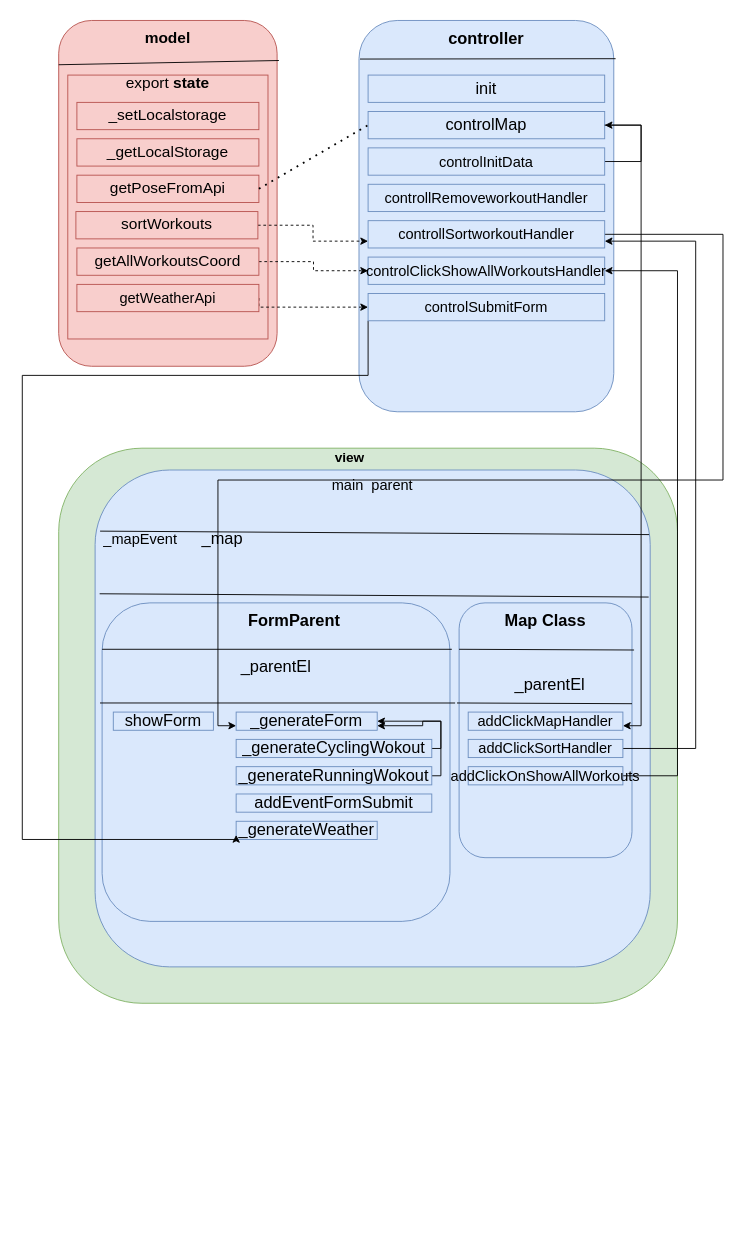
behnamrhp/mapr keeps this draw.io diagram as architecture.drawio. Above is the earlier version. Source tidied: cells renumbered, new cells numbered last; positions are measured from the earlier drawing's top-left corner, leaving out a move shared by most shapes. Both pictures are drawn from the tidied source at 91%, with x=0, y=0 at pixel (22, 20).
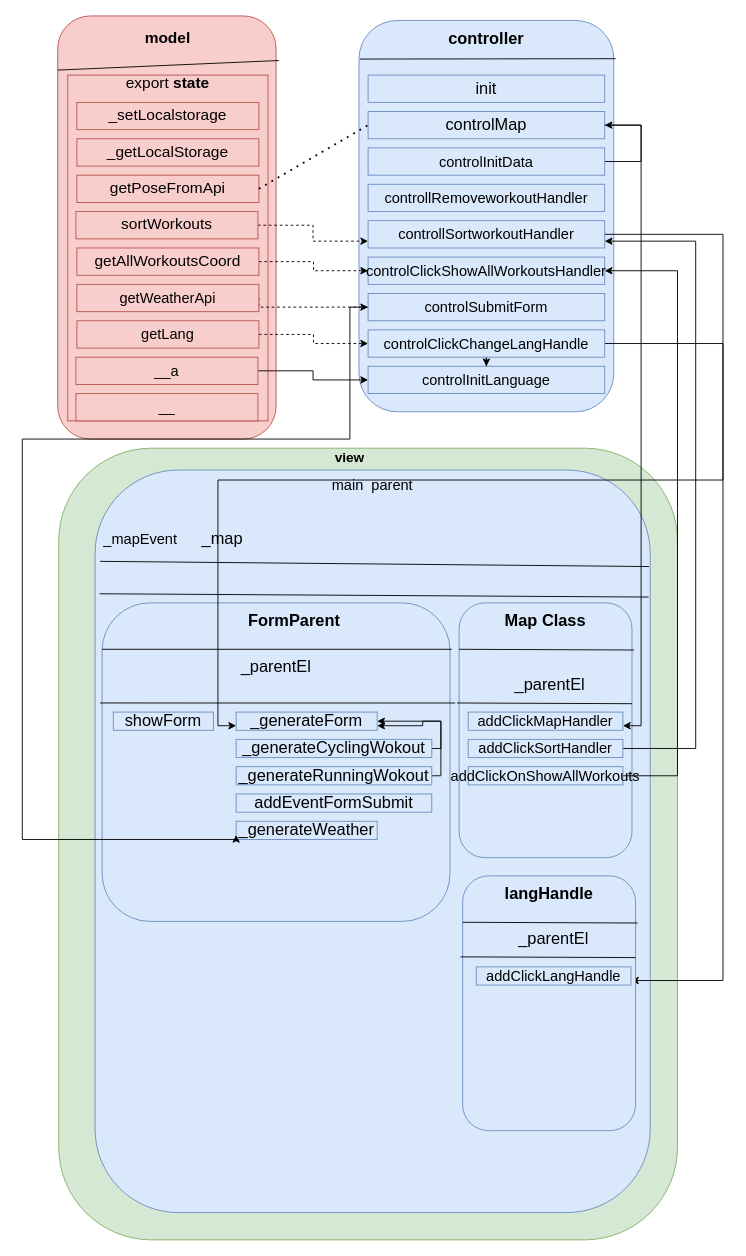
After the change.

Unchanged cells that the change refers to:
```xml
<mxCell id="57" value="_generateWeather" style="rounded=0;whiteSpace=wrap;html=1;fontSize=18;fillColor=#dae8fc;strokeColor=#6c8ebf;" parent="1" vertex="1">
  <mxGeometry x="235" y="880" width="155" height="20" as="geometry" />
</mxCell>
<mxCell id="61" value="controlSubmitForm" style="rounded=0;whiteSpace=wrap;html=1;fontSize=16;fillColor=#dae8fc;strokeColor=#6c8ebf;" parent="1" vertex="1">
  <mxGeometry x="380" y="300" width="260" height="30" as="geometry" />
</mxCell>
```

The edit, as a diff of the source:
```diff
@@
     <mxCell id="2" style="rounded=1;whiteSpace=wrap;html=1;fillColor=#f8cecc;strokeColor=#b85450;" parent="1" vertex="1">
-      <mxGeometry x="40" width="240" height="380" as="geometry" />
+      <mxGeometry x="38.9" y="-5" width="240" height="465" as="geometry" />
     </mxCell>
@@
     <mxCell id="5" style="rounded=0;whiteSpace=wrap;html=1;fontSize=17;fillColor=#f8cecc;strokeColor=#b85450;" parent="1" vertex="1">
-      <mxGeometry x="50" y="60" width="220" height="290" as="geometry" />
+      <mxGeometry x="50" y="60" width="220" height="380" as="geometry" />
     </mxCell>
@@
     <mxCell id="16" style="rounded=1;whiteSpace=wrap;html=1;fontSize=18;fillColor=#d5e8d4;strokeColor=#82b366;" parent="1" vertex="1">
-      <mxGeometry x="40" y="470" width="680" height="610" as="geometry" />
+      <mxGeometry x="40" y="470" width="680" height="870" as="geometry" />
     </mxCell>
@@
     <mxCell id="19" style="rounded=1;whiteSpace=wrap;html=1;fontSize=18;fillColor=#dae8fc;strokeColor=#6c8ebf;" parent="1" vertex="1">
-      <mxGeometry x="80" y="494" width="610" height="546" as="geometry" />
+      <mxGeometry x="80" y="494" width="610" height="816" as="geometry" />
     </mxCell>
@@
     <mxCell id="60" style="edgeStyle=orthogonalEdgeStyle;rounded=0;jettySize=auto;html=1;entryX=0;entryY=0.75;entryDx=0;entryDy=0;" parent="1" edge="1" source="61" target="57">
       <mxGeometry relative="1" as="geometry">
         <Array as="points">
-          <mxPoint x="380" y="390" />
-          <mxPoint y="390" />
+          <mxPoint x="360" y="315" />
+          <mxPoint x="360" y="460" />
+          <mxPoint y="460" />
           <mxPoint y="900" />
           <mxPoint x="235" y="900" />
         </Array>
       </mxGeometry>
     </mxCell>
@@
+    <mxCell id="62" style="edgeStyle=orthogonalEdgeStyle;rounded=0;jettySize=auto;html=1;entryX=1;entryY=0.75;entryDx=0;entryDy=0;" parent="1" edge="1" source="64" target="68">
+      <mxGeometry relative="1" as="geometry">
+        <Array as="points">
+          <mxPoint x="770" y="355" />
+          <mxPoint x="770" y="1055" />
+        </Array>
+      </mxGeometry>
+    </mxCell>
+    <mxCell id="63" style="edgeStyle=orthogonalEdgeStyle;rounded=0;jettySize=auto;html=1;" parent="1" edge="1" source="64" target="73">
+      <mxGeometry relative="1" as="geometry" />
+    </mxCell>
+    <mxCell id="64" value="controlClickChangeLangHandle" style="rounded=0;whiteSpace=wrap;html=1;fontSize=16;fillColor=#dae8fc;strokeColor=#6c8ebf;" parent="1" vertex="1">
+      <mxGeometry x="380" y="340" width="260" height="30" as="geometry" />
+    </mxCell>
+    <mxCell id="65" style="rounded=1;whiteSpace=wrap;html=1;fontSize=18;fillColor=#dae8fc;strokeColor=#6c8ebf;" parent="1" vertex="1">
+      <mxGeometry x="483.9" y="940" width="190" height="280" as="geometry" />
+    </mxCell>
+    <mxCell id="66" value="langHandle" style="text;html=1;strokeColor=none;fillColor=none;align=center;verticalAlign=middle;whiteSpace=wrap;rounded=0;fontSize=18;fontStyle=1;" parent="1" vertex="1">
+      <mxGeometry x="503.9" y="950" width="150" height="20" as="geometry" />
+    </mxCell>
+    <mxCell id="67" style="endArrow=none;html=1;fontSize=18;entryX=1.012;entryY=0.185;entryDx=0;entryDy=0;entryPerimeter=0;" parent="1" edge="1" target="65">
+      <mxGeometry relative="1" as="geometry">
+        <mxPoint x="483.9" y="991" as="sourcePoint" />
+      </mxGeometry>
+    </mxCell>
+    <mxCell id="68" value="addClickLangHandle" style="rounded=0;whiteSpace=wrap;html=1;fontSize=16;fillColor=#dae8fc;strokeColor=#6c8ebf;" parent="1" vertex="1">
+      <mxGeometry x="498.9" y="1040" width="170" height="20" as="geometry" />
+    </mxCell>
+    <mxCell id="69" style="endArrow=none;html=1;fontSize=18;entryX=1.012;entryY=0.185;entryDx=0;entryDy=0;entryPerimeter=0;" parent="1" edge="1">
+      <mxGeometry relative="1" as="geometry">
+        <mxPoint x="481.6" y="1029" as="sourcePoint" />
+        <mxPoint x="673.9" y="1029.8" as="targetPoint" />
+      </mxGeometry>
+    </mxCell>
+    <mxCell id="70" value="_parentEl" style="text;html=1;strokeColor=none;fillColor=none;align=center;verticalAlign=middle;whiteSpace=wrap;rounded=0;fontSize=18;" parent="1" vertex="1">
+      <mxGeometry x="563.9" y="999" width="40" height="20" as="geometry" />
+    </mxCell>
+    <mxCell id="71" style="edgeStyle=orthogonalEdgeStyle;rounded=0;jettySize=auto;html=1;dashed=1;" parent="1" edge="1" source="72" target="64">
+      <mxGeometry relative="1" as="geometry" />
+    </mxCell>
+    <mxCell id="72" value="getLang" style="rounded=0;whiteSpace=wrap;html=1;fontSize=16;fillColor=#f8cecc;strokeColor=#b85450;" parent="1" vertex="1">
+      <mxGeometry x="60" y="330" width="200" height="30" as="geometry" />
+    </mxCell>
+    <mxCell id="73" value="controlInitLanguage" style="rounded=0;whiteSpace=wrap;html=1;fontSize=16;fillColor=#dae8fc;strokeColor=#6c8ebf;" parent="1" vertex="1">
+      <mxGeometry x="380" y="380" width="260" height="30" as="geometry" />
+    </mxCell>
+    <mxCell id="74" style="edgeStyle=orthogonalEdgeStyle;rounded=0;jettySize=auto;html=1;entryX=0;entryY=0.5;entryDx=0;entryDy=0;" parent="1" edge="1" source="75" target="73">
+      <mxGeometry relative="1" as="geometry" />
+    </mxCell>
+    <mxCell id="75" value="__a" style="rounded=0;whiteSpace=wrap;html=1;fontSize=16;fillColor=#f8cecc;strokeColor=#b85450;" parent="1" vertex="1">
+      <mxGeometry x="58.9" y="370" width="200" height="30" as="geometry" />
+    </mxCell>
+    <mxCell id="76" style="edgeStyle=orthogonalEdgeStyle;rounded=0;orthogonalLoop=1;jettySize=auto;html=1;exitX=0.5;exitY=1;exitDx=0;exitDy=0;" parent="1" edge="1" source="2" target="2">
+      <mxGeometry relative="1" as="geometry" />
+    </mxCell>
+    <mxCell id="77" value="__" style="rounded=0;whiteSpace=wrap;html=1;fontSize=16;fillColor=#f8cecc;strokeColor=#b85450;" parent="1" vertex="1">
+      <mxGeometry x="58.9" y="410" width="200" height="30" as="geometry" />
+    </mxCell>
```
